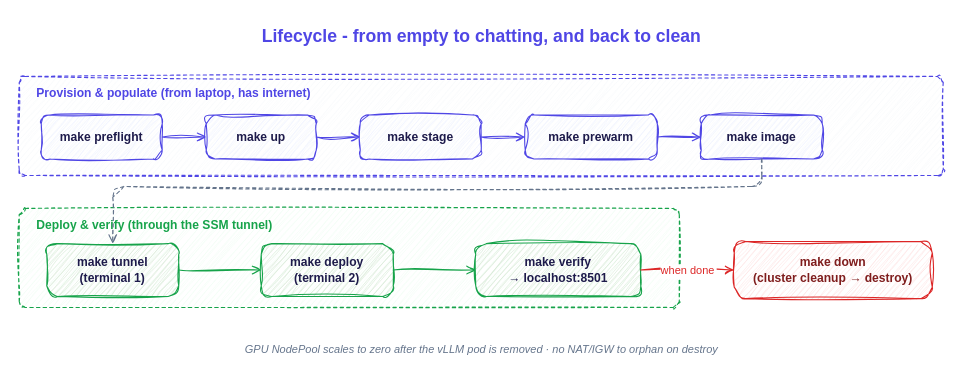
The draw.io diagram diagrams/03-lifecycle.drawio in ospatil/eks-auto-llm, before the edit. Source tidied: cells renumbered, new cells numbered last; positions are measured from the earlier drawing's top-left corner, leaving out a move shared by most shapes. Both pictures are drawn from the tidied source at 110%, with x=0, y=0 at pixel (19, 19).
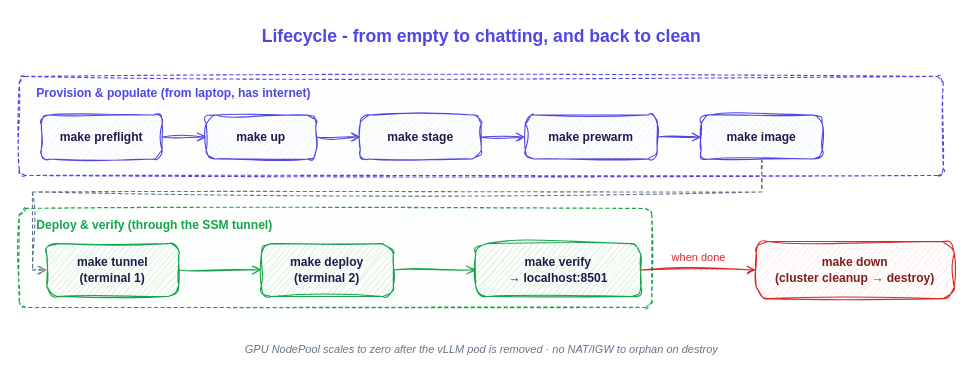
After the change.

Unchanged cells that the change refers to:
```xml
<mxCell id="9" value="make image" style="rounded=1;whiteSpace=wrap;html=1;sketch=1;curveFitting=1;jiggle=2;fillColor=#eef2ff;strokeColor=#4f46e5;fontColor=#1e1b4b;arcSize=20;fontSize=11;fontStyle=1;" parent="1" vertex="1">
  <mxGeometry x="620" y="87" width="110" height="40" as="geometry" />
</mxCell>
<mxCell id="16" value="make tunnel&#10;(terminal 1)" style="rounded=1;whiteSpace=wrap;html=1;sketch=1;curveFitting=1;jiggle=2;fillColor=#d5e8d4;strokeColor=#16a34a;fontColor=#1e1b4b;arcSize=20;fontSize=11;fontStyle=1;" parent="1" vertex="1">
  <mxGeometry x="25" y="204" width="120" height="48" as="geometry" />
</mxCell>
<mxCell id="18" value="make verify&#10;→ localhost:8501" style="rounded=1;whiteSpace=wrap;html=1;sketch=1;curveFitting=1;jiggle=2;fillColor=#d5e8d4;strokeColor=#16a34a;fontColor=#1e1b4b;arcSize=20;fontSize=11;fontStyle=1;" parent="1" vertex="1">
  <mxGeometry x="415" y="204" width="150" height="48" as="geometry" />
</mxCell>
```

The edit, as a diff of the source:
```diff
@@
     <mxCell id="14" style="rounded=1;whiteSpace=wrap;html=1;sketch=1;curveFitting=1;jiggle=2;fillColor=#f0fdf4;strokeColor=#16a34a;arcSize=6;dashed=1;" parent="1" vertex="1">
-      <mxGeometry y="172" width="600" height="90" as="geometry" />
+      <mxGeometry y="172" width="575" height="90" as="geometry" />
     </mxCell>
@@
-    <mxCell id="21" style="sketch=1;curveFitting=1;jiggle=2;strokeColor=#64748b;endArrow=open;endFill=0;dashed=1;" parent="1" edge="1" source="9" target="16">
+    <mxCell id="21" style="edgeStyle=orthogonalEdgeStyle;rounded=0;sketch=1;curveFitting=1;jiggle=2;strokeColor=#64748b;endArrow=open;endFill=0;dashed=1;exitX=0.5;exitY=1;entryX=0;entryY=0.5;" parent="1" edge="1" source="9" target="16">
       <mxGeometry relative="1" as="geometry">
         <Array as="points">
-          <mxPoint x="675" y="152" />
-          <mxPoint x="85" y="152" />
+          <mxPoint x="675" y="157" />
+          <mxPoint x="12" y="157" />
+          <mxPoint x="12" y="228" />
         </Array>
       </mxGeometry>
     </mxCell>
     <mxCell id="22" value="make down&#10;(cluster cleanup → destroy)" style="rounded=1;whiteSpace=wrap;html=1;sketch=1;curveFitting=1;jiggle=2;fillColor=#fee2e2;strokeColor=#dc2626;fontColor=#7f1d1d;arcSize=20;fontSize=11;fontStyle=1;" parent="1" vertex="1">
-      <mxGeometry x="650" y="202" width="180" height="52" as="geometry" />
+      <mxGeometry x="670" y="202" width="180" height="52" as="geometry" />
     </mxCell>
-    <mxCell id="23" value="when done" style="sketch=1;curveFitting=1;jiggle=2;strokeColor=#dc2626;endArrow=open;endFill=0;fontSize=10;fontColor=#dc2626;labelBackgroundColor=#ffffff;" parent="1" edge="1" source="18" target="22">
-      <mxGeometry relative="1" as="geometry" />
+    <mxCell id="23" value="when done" style="sketch=1;curveFitting=1;jiggle=2;strokeColor=#dc2626;endArrow=open;endFill=0;fontSize=10;fontColor=#dc2626;labelBackgroundColor=none;exitX=1;exitY=0.5;entryX=0;entryY=0.5;" parent="1" edge="1" source="18" target="22">
+      <mxGeometry relative="1" as="geometry">
+        <mxPoint y="-12" as="offset" />
+      </mxGeometry>
     </mxCell>
```
